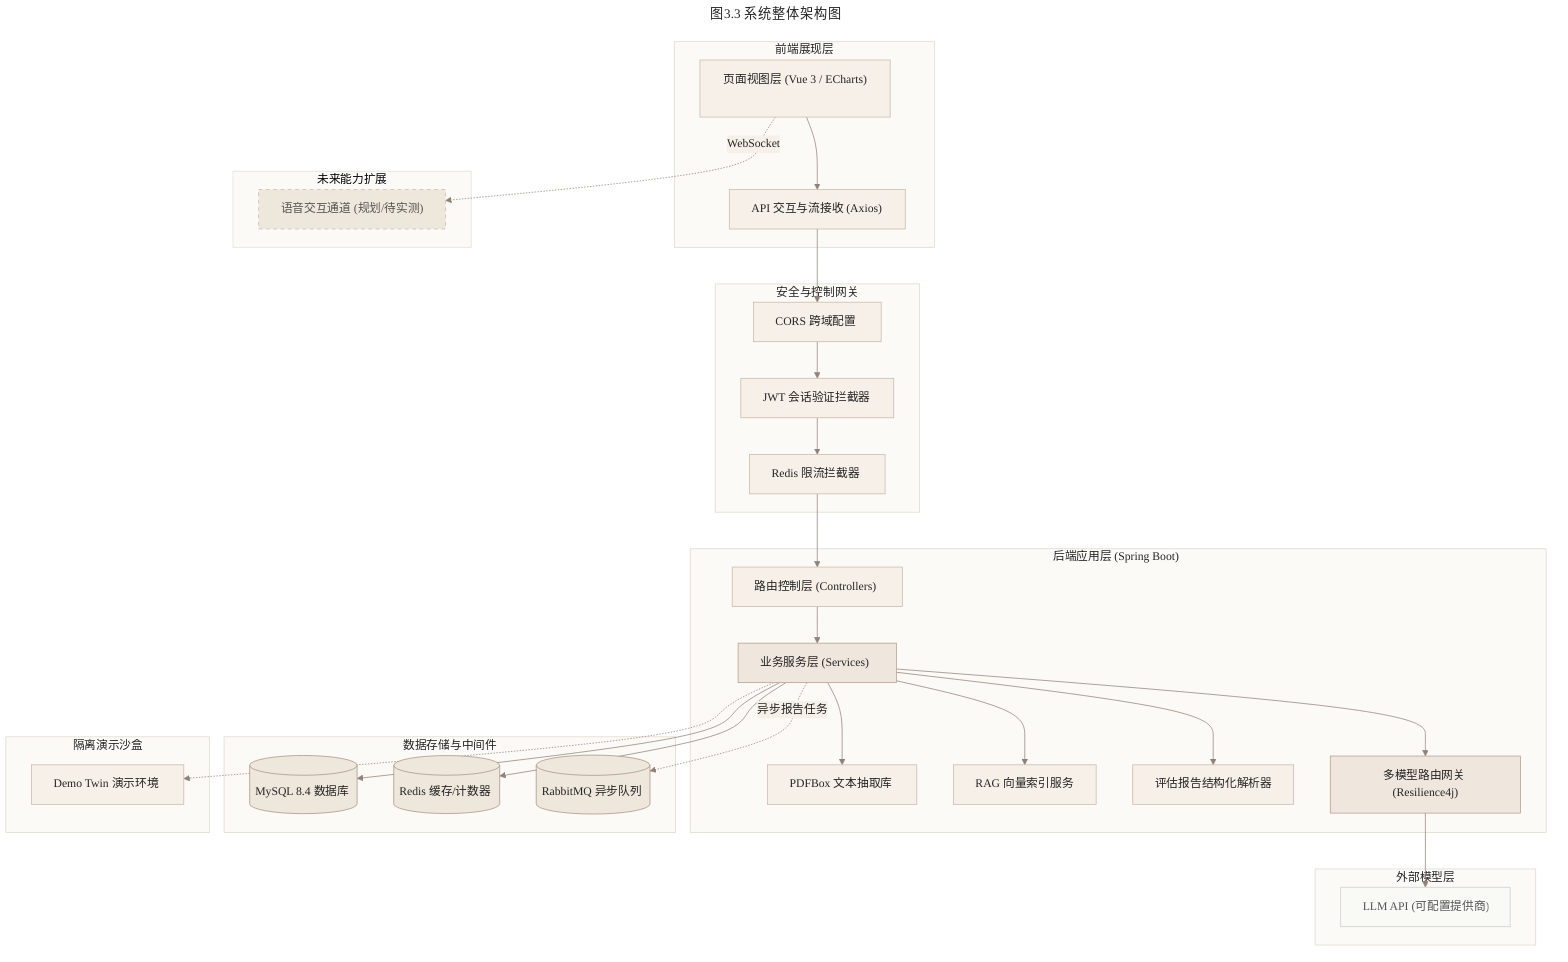
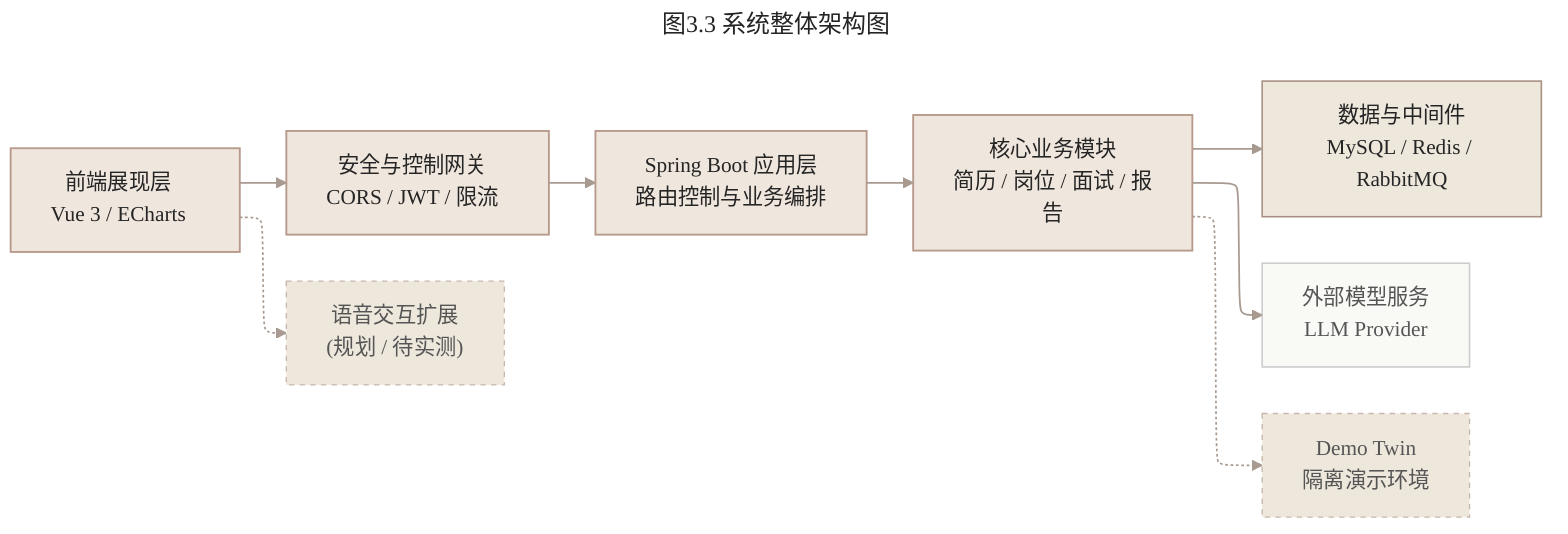
---
title: 图3.3 系统整体架构图
config:
  theme: base
+   layout: elk
+   flowchart:
+     curve: basis
+     nodeSpacing: 44
+     rankSpacing: 64
+     wrappingWidth: 150
  themeVariables:
    background: "#FAF8F2"
    primaryColor: "#EFE6DD"
    primaryBorderColor: "#B79A8B"
    primaryTextColor: "#252525"
-     lineColor: "#8F8178"
+     lineColor: "#A89A90"
    secondaryColor: "#F6F0E8"
    tertiaryColor: "#FBFAF6"
    fontFamily: "Microsoft YaHei, SimHei, Arial, sans-serif"
    fontSize: "16px"
---
- flowchart TB
-   subgraph frontend["前端展现层"]
-     fe_ui["页面视图层 (Vue 3 / ECharts)"]
-     fe_api["API 交互与流接收 (Axios)"]
-     fe_ui --> fe_api
-   end
+ flowchart LR
+   fe["前端展现层<br/>Vue 3 / ECharts"]
+   gate["安全与控制网关<br/>CORS / JWT / 限流"]
+   app["Spring Boot 应用层<br/>路由控制与业务编排"]
+   core["核心业务模块<br/>简历 / 岗位 / 面试 / 报告"]
+   data["数据与中间件<br/>MySQL / Redis / RabbitMQ"]
+   llm["外部模型服务<br/>LLM Provider"]
+   demo["Demo Twin<br/>隔离演示环境"]
+   voice["语音交互扩展<br/>(规划 / 待实测)"]

-   subgraph security_gate["安全与控制网关"]
-     gate_cors["CORS 跨域配置"]
-     gate_jwt["JWT 会话验证拦截器"]
-     gate_rate["Redis 限流拦截器"]
-     gate_cors --> gate_jwt --> gate_rate
-   end
- 
-   subgraph backend["后端应用层 (Spring Boot)"]
-     mvc_ctrl["路由控制层 (Controllers)"]
-     biz_service["业务服务层 (Services)"]
-     pdfbox["PDFBox 文本抽取库"]
-     rag_service["RAG 向量索引服务"]
-     report_parser["评估报告结构化解析器"]
-     llm_router["多模型路由网关 (Resilience4j)"]
- 
-     mvc_ctrl --> biz_service
-     biz_service --> pdfbox
-     biz_service --> rag_service
-     biz_service --> report_parser
-     biz_service --> llm_router
-   end
- 
-   subgraph middleware["数据存储与中间件"]
-     db_mysql[("MySQL 8.4 数据库")]
-     db_redis[("Redis 缓存/计数器")]
-     mq_rabbitmq[("RabbitMQ 异步队列")]
-   end
- 
-   subgraph external["外部模型层"]
-     llm_external["LLM API (可配置提供商)"]
-   end
- 
-   subgraph sandbox["隔离演示沙盒"]
-     demo_sandbox["Demo Twin 演示环境"]
-   end
- 
-   subgraph planned["未来能力扩展"]
-     voice_plan["语音交互通道 (规划/待实测)"]
-   end
- 
-   fe_api --> gate_cors
-   gate_rate --> mvc_ctrl
- 
-   biz_service --> db_mysql
-   biz_service --> db_redis
-   biz_service -.->|异步报告任务| mq_rabbitmq
- 
-   llm_router --> llm_external
-   biz_service -.-> demo_sandbox
-   fe_ui -.->|WebSocket| voice_plan
+   fe --> gate --> app --> core
+   core --> data
+   core --> llm
+   core -.-> demo
+   fe -.-> voice

  classDef layer fill:#FBFAF6,stroke:#DED8CD,color:#252525
-   classDef main fill:#EFE6DD,stroke:#B79A8B,color:#252525
-   classDef node fill:#F6F0E8,stroke:#C8B7AA,color:#252525
-   classDef store fill:#EEE7DC,stroke:#A89183,color:#252525
-   classDef ext fill:#F9F9F6,stroke:#CCCCCC,color:#555555
-   classDef plan fill:#EEE7DC,stroke:#C8B7AA,stroke-dasharray: 5 5,color:#555555
+   classDef main fill:#EFE6DD,stroke:#B79A8B,stroke-width:1.4px,color:#252525
+   classDef store fill:#EEE7DC,stroke:#A89183,stroke-width:1.2px,color:#252525
+   classDef ext fill:#F9F9F6,stroke:#CCCCCC,stroke-width:1.2px,color:#555555
+   classDef plan fill:#EEE7DC,stroke:#C8B7AA,stroke-dasharray: 4 4,color:#555555

-   class frontend,security_gate,backend,middleware,external,sandbox layer
-   class biz_service,llm_router main
-   class fe_ui,fe_api,gate_cors,gate_jwt,gate_rate,mvc_ctrl,pdfbox,rag_service,report_parser,demo_sandbox node
-   class db_mysql,db_redis,mq_rabbitmq store
-   class llm_external ext
-   class voice_plan plan
+   class fe,gate,app,core main
+   class data store
+   class llm ext
+   class demo,voice plan
+   linkStyle default stroke:#A89A90,stroke-width:1.3px
